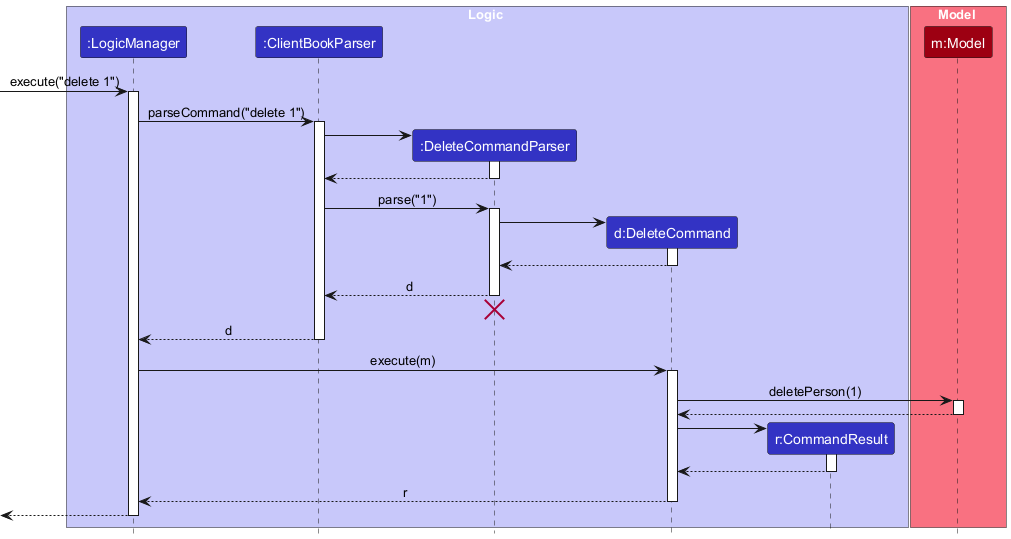
This is docs/images/DeleteSequenceDiagram.png from AY2627S1-CS2103-F09-2/tp, a PlantUML export, as it was before one commit.
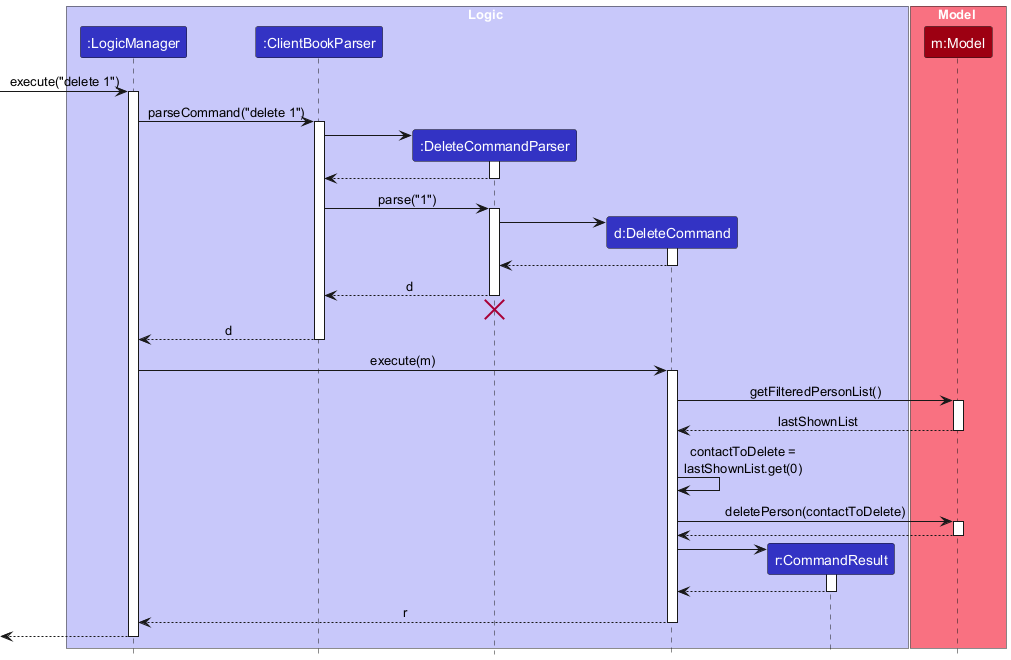
After the commit.

Change to the diagram source:
```diff
@@ -1,5 +1,4 @@
 @startuml
-!pragma layout smetana
 !include style.puml
 skinparam ArrowFontStyle plain
 
@@ -49,7 +48,15 @@
 LogicManager -> DeleteCommand : execute(m)
 activate DeleteCommand
 
-DeleteCommand -> Model : deletePerson(1)
+DeleteCommand -> Model : getFilteredPersonList()
+activate Model
+
+Model --> DeleteCommand : lastShownList
+deactivate Model
+
+DeleteCommand -> DeleteCommand : contactToDelete =\nlastShownList.get(0)
+
+DeleteCommand -> Model : deletePerson(contactToDelete)
 activate Model
 
 Model --> DeleteCommand
```
